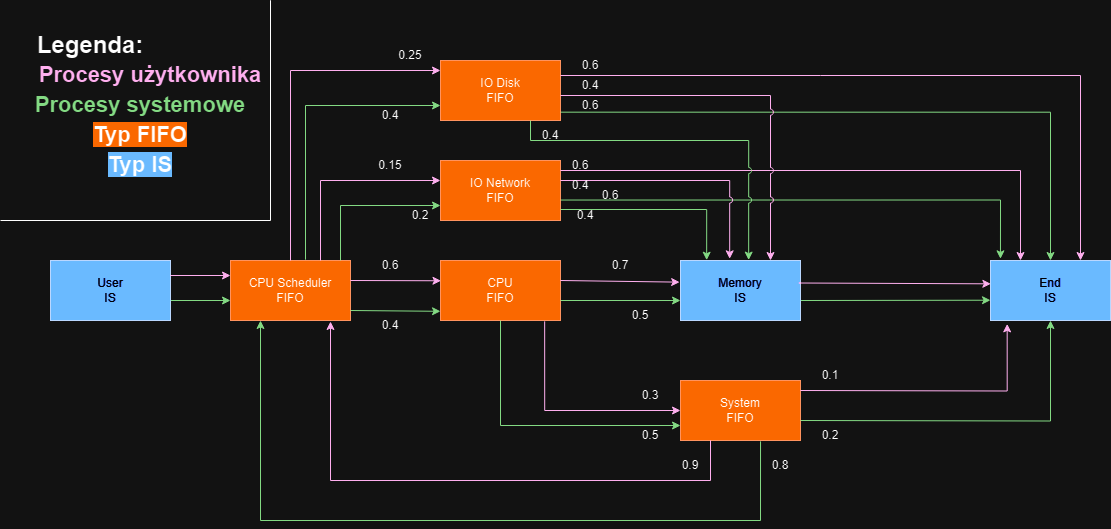
andrzejjnk/BCMP_Network keeps this draw.io diagram as BCMP_Network_Model.png. Above is the earlier version. Source tidied: cells renumbered, new cells last; positions are measured from the earlier drawing's top-left corner, leaving out a move shared by most shapes. Source of this version:
```xml
<mxGraphModel>
  <root>
    <mxCell id="0" />
    <mxCell id="1" parent="0" />
    <mxCell id="2" value="User&lt;div&gt;IS&lt;/div&gt;" style="rounded=0;whiteSpace=wrap;html=1;fillColor=#0050EF;fontColor=#ffffff;strokeColor=#001DBC;" parent="1" vertex="1">
      <mxGeometry x="50" y="260" width="120" height="60" as="geometry" />
    </mxCell>
    <mxCell id="3" value="CPU Scheduler&lt;div&gt;FIFO&lt;/div&gt;" style="rounded=0;whiteSpace=wrap;html=1;fillColor=#FA6800;fontColor=#000000;strokeColor=#C73500;" parent="1" vertex="1">
      <mxGeometry x="230" y="260" width="120" height="60" as="geometry" />
    </mxCell>
    <mxCell id="4" style="endArrow=classic;html=1;rounded=0;exitX=1;exitY=0.25;exitDx=0;exitDy=0;entryX=0;entryY=0.25;entryDx=0;entryDy=0;fillColor=#d80073;strokeColor=#A50040;" parent="1" edge="1" source="2" target="3">
      <mxGeometry relative="1" as="geometry" />
    </mxCell>
    <mxCell id="5" style="endArrow=classic;html=1;rounded=0;exitX=1;exitY=0.25;exitDx=0;exitDy=0;entryX=0;entryY=0.25;entryDx=0;entryDy=0;fillColor=#008a00;strokeColor=#005700;" parent="1" edge="1">
      <mxGeometry relative="1" as="geometry">
        <mxPoint x="170" y="300" as="sourcePoint" />
        <mxPoint x="230" y="300" as="targetPoint" />
      </mxGeometry>
    </mxCell>
    <mxCell id="6" value="IO Disk&lt;div&gt;FIFO&lt;/div&gt;" style="rounded=0;whiteSpace=wrap;html=1;fillColor=#fa6800;fontColor=#000000;strokeColor=#C73500;" parent="1" vertex="1">
      <mxGeometry x="440" y="60" width="120" height="60" as="geometry" />
    </mxCell>
    <mxCell id="7" value="IO Network&lt;div&gt;FIFO&lt;/div&gt;" style="rounded=0;whiteSpace=wrap;html=1;fillColor=#fa6800;fontColor=#000000;strokeColor=#C73500;" parent="1" vertex="1">
      <mxGeometry x="440" y="160" width="120" height="60" as="geometry" />
    </mxCell>
    <mxCell id="8" value="CPU&lt;div&gt;FIFO&lt;/div&gt;" style="rounded=0;whiteSpace=wrap;html=1;fillColor=#fa6800;fontColor=#000000;strokeColor=#C73500;" parent="1" vertex="1">
      <mxGeometry x="440" y="260" width="120" height="60" as="geometry" />
    </mxCell>
    <mxCell id="9" value="Memory&lt;div&gt;IS&lt;/div&gt;" style="rounded=0;whiteSpace=wrap;html=1;fillColor=#0050ef;fontColor=#ffffff;strokeColor=#001DBC;" parent="1" vertex="1">
      <mxGeometry x="680" y="260" width="120" height="60" as="geometry" />
    </mxCell>
    <mxCell id="10" value="System&lt;br&gt;&lt;div&gt;FIFO&lt;/div&gt;" style="rounded=0;whiteSpace=wrap;html=1;fillColor=#fa6800;fontColor=#000000;strokeColor=#C73500;" parent="1" vertex="1">
      <mxGeometry x="680" y="380" width="120" height="60" as="geometry" />
    </mxCell>
    <mxCell id="11" value="End&lt;div&gt;IS&lt;/div&gt;" style="rounded=0;whiteSpace=wrap;html=1;fillColor=#0050ef;fontColor=#ffffff;strokeColor=#001DBC;" parent="1" vertex="1">
      <mxGeometry x="990" y="260" width="120" height="60" as="geometry" />
    </mxCell>
    <mxCell id="12" style="endArrow=classic;html=1;rounded=0;exitX=1;exitY=0.25;exitDx=0;exitDy=0;entryX=0.004;entryY=0.338;entryDx=0;entryDy=0;fillColor=#d80073;strokeColor=#A50040;entryPerimeter=0;" parent="1" edge="1" target="8">
      <mxGeometry relative="1" as="geometry">
        <mxPoint x="350" y="280" as="sourcePoint" />
      </mxGeometry>
    </mxCell>
    <mxCell id="13" style="endArrow=classic;html=1;rounded=0;edgeStyle=orthogonalEdgeStyle;fillColor=#d80073;strokeColor=#A50040;" parent="1" edge="1">
      <mxGeometry relative="1" as="geometry">
        <mxPoint x="320" y="260" as="sourcePoint" />
        <mxPoint x="440" y="180" as="targetPoint" />
        <Array as="points">
          <mxPoint x="320" y="260" />
          <mxPoint x="320" y="180" />
          <mxPoint x="440" y="180" />
        </Array>
      </mxGeometry>
    </mxCell>
    <mxCell id="14" style="endArrow=classic;html=1;rounded=0;exitX=0.5;exitY=0;exitDx=0;exitDy=0;edgeStyle=orthogonalEdgeStyle;fillColor=#d80073;strokeColor=#A50040;" parent="1" edge="1" source="3">
      <mxGeometry relative="1" as="geometry">
        <mxPoint x="440" y="70" as="targetPoint" />
        <Array as="points">
          <mxPoint x="290" y="70" />
          <mxPoint x="440" y="70" />
        </Array>
      </mxGeometry>
    </mxCell>
    <mxCell id="15" value="0.25" style="text;html=1;align=center;verticalAlign=middle;whiteSpace=wrap;rounded=0;" parent="1" vertex="1">
      <mxGeometry x="380" y="40" width="60" height="30" as="geometry" />
    </mxCell>
    <mxCell id="16" value="0.15" style="text;html=1;align=center;verticalAlign=middle;whiteSpace=wrap;rounded=0;" parent="1" vertex="1">
      <mxGeometry x="360" y="150" width="60" height="30" as="geometry" />
    </mxCell>
    <mxCell id="17" value="0.6" style="text;html=1;align=center;verticalAlign=middle;whiteSpace=wrap;rounded=0;" parent="1" vertex="1">
      <mxGeometry x="360" y="250" width="60" height="30" as="geometry" />
    </mxCell>
    <mxCell id="18" style="endArrow=classic;html=1;rounded=0;exitX=1;exitY=0.25;exitDx=0;exitDy=0;entryX=0;entryY=0.847;entryDx=0;entryDy=0;fillColor=#008a00;strokeColor=#005700;entryPerimeter=0;" parent="1" edge="1" target="8">
      <mxGeometry relative="1" as="geometry">
        <mxPoint x="350" y="310" as="sourcePoint" />
      </mxGeometry>
    </mxCell>
    <mxCell id="19" style="endArrow=classic;html=1;rounded=0;entryX=0;entryY=0.75;entryDx=0;entryDy=0;fillColor=#008a00;strokeColor=#005700;edgeStyle=orthogonalEdgeStyle;" parent="1" edge="1" target="7">
      <mxGeometry relative="1" as="geometry">
        <mxPoint x="340" y="260" as="sourcePoint" />
        <Array as="points">
          <mxPoint x="340" y="260" />
          <mxPoint x="340" y="205" />
        </Array>
      </mxGeometry>
    </mxCell>
    <mxCell id="20" style="endArrow=classic;html=1;rounded=0;exitX=0.625;exitY=-0.014;exitDx=0;exitDy=0;entryX=0;entryY=0.75;entryDx=0;entryDy=0;fillColor=#008a00;strokeColor=#005700;edgeStyle=orthogonalEdgeStyle;exitPerimeter=0;" parent="1" edge="1" source="3" target="6">
      <mxGeometry relative="1" as="geometry" />
    </mxCell>
    <mxCell id="21" value="0.4" style="text;html=1;align=center;verticalAlign=middle;whiteSpace=wrap;rounded=0;" parent="1" vertex="1">
      <mxGeometry x="360" y="310" width="60" height="30" as="geometry" />
    </mxCell>
    <mxCell id="22" value="0.2" style="text;html=1;align=center;verticalAlign=middle;whiteSpace=wrap;rounded=0;" parent="1" vertex="1">
      <mxGeometry x="390" y="200" width="60" height="30" as="geometry" />
    </mxCell>
    <mxCell id="23" value="0.4" style="text;html=1;align=center;verticalAlign=middle;whiteSpace=wrap;rounded=0;" parent="1" vertex="1">
      <mxGeometry x="360" y="100" width="60" height="30" as="geometry" />
    </mxCell>
    <mxCell id="24" style="endArrow=classic;html=1;rounded=0;exitX=1;exitY=0.25;exitDx=0;exitDy=0;entryX=-0.007;entryY=0.361;entryDx=0;entryDy=0;fillColor=#d80073;strokeColor=#A50040;entryPerimeter=0;" parent="1" edge="1" target="9">
      <mxGeometry relative="1" as="geometry">
        <mxPoint x="560" y="280" as="sourcePoint" />
      </mxGeometry>
    </mxCell>
    <mxCell id="25" value="0.7" style="text;html=1;align=center;verticalAlign=middle;whiteSpace=wrap;rounded=0;" parent="1" vertex="1">
      <mxGeometry x="590" y="250" width="60" height="30" as="geometry" />
    </mxCell>
    <mxCell id="26" style="endArrow=classic;html=1;rounded=0;exitX=0.868;exitY=1.014;exitDx=0;exitDy=0;entryX=0;entryY=0.5;entryDx=0;entryDy=0;fillColor=#d80073;strokeColor=#A50040;edgeStyle=orthogonalEdgeStyle;exitPerimeter=0;" parent="1" edge="1" source="8" target="10">
      <mxGeometry relative="1" as="geometry" />
    </mxCell>
    <mxCell id="27" value="0.3" style="text;html=1;align=center;verticalAlign=middle;whiteSpace=wrap;rounded=0;" parent="1" vertex="1">
      <mxGeometry x="620" y="380" width="60" height="30" as="geometry" />
    </mxCell>
    <mxCell id="28" style="endArrow=classic;html=1;rounded=0;exitX=1;exitY=0.25;exitDx=0;exitDy=0;entryX=0;entryY=0.667;entryDx=0;entryDy=0;fillColor=#008a00;strokeColor=#005700;entryPerimeter=0;" parent="1" edge="1" target="9">
      <mxGeometry relative="1" as="geometry">
        <mxPoint x="560" y="300" as="sourcePoint" />
      </mxGeometry>
    </mxCell>
    <mxCell id="29" style="endArrow=classic;html=1;rounded=0;exitX=0.5;exitY=1;exitDx=0;exitDy=0;entryX=0;entryY=0.75;entryDx=0;entryDy=0;fillColor=#008a00;strokeColor=#005700;edgeStyle=orthogonalEdgeStyle;" parent="1" edge="1" source="8" target="10">
      <mxGeometry relative="1" as="geometry" />
    </mxCell>
    <mxCell id="30" value="0.5" style="text;html=1;align=center;verticalAlign=middle;whiteSpace=wrap;rounded=0;" parent="1" vertex="1">
      <mxGeometry x="610" y="300" width="60" height="30" as="geometry" />
    </mxCell>
    <mxCell id="31" value="0.5" style="text;html=1;align=center;verticalAlign=middle;whiteSpace=wrap;rounded=0;" parent="1" vertex="1">
      <mxGeometry x="620" y="420" width="60" height="30" as="geometry" />
    </mxCell>
    <mxCell id="32" style="endArrow=classic;html=1;rounded=0;exitX=1;exitY=0.25;exitDx=0;exitDy=0;edgeStyle=orthogonalEdgeStyle;fillColor=#d80073;strokeColor=#A50040;entryX=0.75;entryY=0;entryDx=0;entryDy=0;" parent="1" edge="1" source="6" target="11">
      <mxGeometry relative="1" as="geometry">
        <Array as="points">
          <mxPoint x="1080" y="75" />
        </Array>
      </mxGeometry>
    </mxCell>
    <mxCell id="33" style="endArrow=classic;html=1;rounded=0;exitX=1;exitY=0.861;exitDx=0;exitDy=0;entryX=0.5;entryY=0;entryDx=0;entryDy=0;fillColor=#008a00;strokeColor=#005700;edgeStyle=orthogonalEdgeStyle;exitPerimeter=0;" parent="1" edge="1" source="6" target="11">
      <mxGeometry relative="1" as="geometry" />
    </mxCell>
    <mxCell id="34" style="endArrow=classic;html=1;rounded=0;edgeStyle=orthogonalEdgeStyle;fillColor=#d80073;strokeColor=#A50040;entryX=0.25;entryY=0;entryDx=0;entryDy=0;" parent="1" edge="1" target="11">
      <mxGeometry relative="1" as="geometry">
        <mxPoint x="560" y="170" as="sourcePoint" />
        <Array as="points">
          <mxPoint x="560" y="170" />
          <mxPoint x="1020" y="170" />
        </Array>
      </mxGeometry>
    </mxCell>
    <mxCell id="35" style="endArrow=classic;html=1;rounded=0;exitX=1.001;exitY=0.659;exitDx=0;exitDy=0;entryX=0.083;entryY=-0.028;entryDx=0;entryDy=0;fillColor=#008a00;strokeColor=#005700;edgeStyle=orthogonalEdgeStyle;entryPerimeter=0;exitPerimeter=0;" parent="1" edge="1" source="7" target="11">
      <mxGeometry relative="1" as="geometry">
        <Array as="points">
          <mxPoint x="1000" y="199" />
        </Array>
      </mxGeometry>
    </mxCell>
    <mxCell id="36" style="endArrow=classic;html=1;rounded=0;exitX=0.986;exitY=0.375;exitDx=0;exitDy=0;fillColor=#d80073;strokeColor=#A50040;exitPerimeter=0;entryX=0.003;entryY=0.389;entryDx=0;entryDy=0;entryPerimeter=0;" parent="1" edge="1" source="9" target="11">
      <mxGeometry relative="1" as="geometry" />
    </mxCell>
    <mxCell id="37" style="endArrow=classic;html=1;rounded=0;exitX=1;exitY=0.25;exitDx=0;exitDy=0;entryX=0;entryY=0.662;entryDx=0;entryDy=0;fillColor=#008a00;strokeColor=#005700;entryPerimeter=0;" parent="1" edge="1" target="11">
      <mxGeometry relative="1" as="geometry">
        <mxPoint x="800" y="300" as="sourcePoint" />
      </mxGeometry>
    </mxCell>
    <mxCell id="38" style="endArrow=classic;html=1;rounded=0;exitX=0.868;exitY=1.014;exitDx=0;exitDy=0;entryX=0.139;entryY=1.056;entryDx=0;entryDy=0;fillColor=#d80073;strokeColor=#A50040;edgeStyle=orthogonalEdgeStyle;exitPerimeter=0;entryPerimeter=0;" parent="1" edge="1" target="11">
      <mxGeometry relative="1" as="geometry">
        <mxPoint x="800" y="390" as="sourcePoint" />
      </mxGeometry>
    </mxCell>
    <mxCell id="39" value="0.1" style="text;html=1;align=center;verticalAlign=middle;whiteSpace=wrap;rounded=0;" parent="1" vertex="1">
      <mxGeometry x="800" y="360" width="60" height="30" as="geometry" />
    </mxCell>
    <mxCell id="40" style="endArrow=classic;html=1;rounded=0;exitX=0.25;exitY=1;exitDx=0;exitDy=0;fillColor=#d80073;strokeColor=#A50040;edgeStyle=orthogonalEdgeStyle;" parent="1" edge="1" source="10">
      <mxGeometry relative="1" as="geometry">
        <mxPoint x="330" y="321" as="targetPoint" />
        <Array as="points">
          <mxPoint x="710" y="480" />
          <mxPoint x="330" y="480" />
          <mxPoint x="330" y="321" />
        </Array>
      </mxGeometry>
    </mxCell>
    <mxCell id="41" value="0.9" style="text;html=1;align=center;verticalAlign=middle;whiteSpace=wrap;rounded=0;" parent="1" vertex="1">
      <mxGeometry x="660" y="450" width="60" height="30" as="geometry" />
    </mxCell>
    <mxCell id="42" style="endArrow=classic;html=1;rounded=0;exitX=0.5;exitY=1;exitDx=0;exitDy=0;entryX=0.5;entryY=1;entryDx=0;entryDy=0;fillColor=#008a00;strokeColor=#005700;edgeStyle=orthogonalEdgeStyle;" parent="1" edge="1" target="11">
      <mxGeometry relative="1" as="geometry">
        <mxPoint x="800" y="420" as="sourcePoint" />
      </mxGeometry>
    </mxCell>
    <mxCell id="43" style="endArrow=classic;html=1;rounded=0;exitX=0.667;exitY=1.014;exitDx=0;exitDy=0;entryX=0.25;entryY=1;entryDx=0;entryDy=0;fillColor=#008a00;strokeColor=#005700;edgeStyle=orthogonalEdgeStyle;exitPerimeter=0;" parent="1" edge="1" source="10" target="3">
      <mxGeometry relative="1" as="geometry">
        <Array as="points">
          <mxPoint x="760" y="520" />
          <mxPoint x="260" y="520" />
        </Array>
      </mxGeometry>
    </mxCell>
    <mxCell id="44" value="0.2" style="text;html=1;align=center;verticalAlign=middle;whiteSpace=wrap;rounded=0;" parent="1" vertex="1">
      <mxGeometry x="800" y="420" width="60" height="30" as="geometry" />
    </mxCell>
    <mxCell id="45" value="0.8" style="text;html=1;align=center;verticalAlign=middle;whiteSpace=wrap;rounded=0;" parent="1" vertex="1">
      <mxGeometry x="750" y="450" width="60" height="30" as="geometry" />
    </mxCell>
    <mxCell id="46" style="endArrow=classic;html=1;rounded=0;exitX=1;exitY=0.25;exitDx=0;exitDy=0;edgeStyle=orthogonalEdgeStyle;fillColor=#d80073;strokeColor=#A50040;entryX=0.75;entryY=0;entryDx=0;entryDy=0;jumpStyle=arc;" parent="1" edge="1" target="9">
      <mxGeometry relative="1" as="geometry">
        <mxPoint x="560" y="95" as="sourcePoint" />
        <Array as="points">
          <mxPoint x="770" y="95" />
        </Array>
      </mxGeometry>
    </mxCell>
    <mxCell id="47" value="0.6" style="text;html=1;align=center;verticalAlign=middle;whiteSpace=wrap;rounded=0;" parent="1" vertex="1">
      <mxGeometry x="560" y="50" width="60" height="30" as="geometry" />
    </mxCell>
    <mxCell id="48" value="0.4" style="text;html=1;align=center;verticalAlign=middle;whiteSpace=wrap;rounded=0;" parent="1" vertex="1">
      <mxGeometry x="560" y="70" width="60" height="30" as="geometry" />
    </mxCell>
    <mxCell id="49" value="0.6" style="text;html=1;align=center;verticalAlign=middle;whiteSpace=wrap;rounded=0;" parent="1" vertex="1">
      <mxGeometry x="560" y="90" width="60" height="30" as="geometry" />
    </mxCell>
    <mxCell id="50" value="0.4" style="text;html=1;align=center;verticalAlign=middle;whiteSpace=wrap;rounded=0;" parent="1" vertex="1">
      <mxGeometry x="520" y="120" width="60" height="30" as="geometry" />
    </mxCell>
    <mxCell id="51" style="endArrow=classic;html=1;rounded=0;edgeStyle=orthogonalEdgeStyle;fillColor=#d80073;strokeColor=#A50040;entryX=0.41;entryY=-0.028;entryDx=0;entryDy=0;entryPerimeter=0;jumpStyle=arc;" parent="1" edge="1" target="9">
      <mxGeometry relative="1" as="geometry">
        <mxPoint x="560" y="180" as="sourcePoint" />
        <Array as="points">
          <mxPoint x="560" y="180" />
          <mxPoint x="730" y="180" />
          <mxPoint x="730" y="258" />
        </Array>
      </mxGeometry>
    </mxCell>
    <mxCell id="52" style="endArrow=classic;html=1;rounded=0;entryX=0.218;entryY=-0.005;entryDx=0;entryDy=0;fillColor=#008a00;strokeColor=#005700;edgeStyle=orthogonalEdgeStyle;entryPerimeter=0;" parent="1" edge="1" target="9">
      <mxGeometry relative="1" as="geometry">
        <mxPoint x="560" y="209" as="sourcePoint" />
        <Array as="points">
          <mxPoint x="706" y="209" />
        </Array>
      </mxGeometry>
    </mxCell>
    <mxCell id="53" style="endArrow=classic;html=1;rounded=0;exitX=0.75;exitY=1;exitDx=0;exitDy=0;entryX=0.568;entryY=-0.007;entryDx=0;entryDy=0;fillColor=#008a00;strokeColor=#005700;edgeStyle=orthogonalEdgeStyle;entryPerimeter=0;curved=0;jumpStyle=arc;" parent="1" edge="1" source="6" target="9">
      <mxGeometry relative="1" as="geometry">
        <Array as="points">
          <mxPoint x="530" y="140" />
          <mxPoint x="748" y="140" />
        </Array>
      </mxGeometry>
    </mxCell>
    <mxCell id="54" value="0.6" style="text;html=1;align=center;verticalAlign=middle;whiteSpace=wrap;rounded=0;" parent="1" vertex="1">
      <mxGeometry x="550" y="150" width="60" height="30" as="geometry" />
    </mxCell>
    <mxCell id="55" value="0.4" style="text;html=1;align=center;verticalAlign=middle;whiteSpace=wrap;rounded=0;" parent="1" vertex="1">
      <mxGeometry x="550" y="170" width="60" height="30" as="geometry" />
    </mxCell>
    <mxCell id="56" value="0.6" style="text;html=1;align=center;verticalAlign=middle;whiteSpace=wrap;rounded=0;" parent="1" vertex="1">
      <mxGeometry x="580" y="180" width="60" height="30" as="geometry" />
    </mxCell>
    <mxCell id="57" value="0.4" style="text;html=1;align=center;verticalAlign=middle;whiteSpace=wrap;rounded=0;" parent="1" vertex="1">
      <mxGeometry x="555" y="200" width="60" height="30" as="geometry" />
    </mxCell>
    <mxCell id="58" value="&lt;font size=&quot;1&quot; color=&quot;#a50040&quot;&gt;&lt;b style=&quot;font-size: 22px;&quot;&gt;Procesy użytkownika&lt;/b&gt;&lt;/font&gt;" style="text;html=1;align=center;verticalAlign=middle;whiteSpace=wrap;rounded=0;" parent="1" vertex="1">
      <mxGeometry x="30" y="60" width="240" height="30" as="geometry" />
    </mxCell>
    <mxCell id="59" value="&lt;font size=&quot;1&quot; style=&quot;&quot; color=&quot;#005700&quot;&gt;&lt;b style=&quot;font-size: 22px;&quot;&gt;Procesy systemowe&lt;/b&gt;&lt;/font&gt;" style="text;html=1;align=center;verticalAlign=middle;whiteSpace=wrap;rounded=0;" parent="1" vertex="1">
      <mxGeometry x="20" y="90" width="240" height="30" as="geometry" />
    </mxCell>
    <mxCell id="60" value="&lt;font style=&quot;font-size: 24px;&quot;&gt;&lt;b&gt;Legenda:&lt;/b&gt;&lt;/font&gt;" style="text;html=1;align=center;verticalAlign=middle;whiteSpace=wrap;rounded=0;" parent="1" vertex="1">
      <mxGeometry x="60" y="30" width="60" height="30" as="geometry" />
    </mxCell>
    <mxCell id="61" value="&lt;span style=&quot;font-size: 22px; background-color: rgb(0, 80, 239);&quot;&gt;&lt;b style=&quot;&quot;&gt;Typ IS&lt;/b&gt;&lt;/span&gt;" style="text;html=1;align=center;verticalAlign=middle;whiteSpace=wrap;rounded=0;" parent="1" vertex="1">
      <mxGeometry x="20" y="150" width="240" height="30" as="geometry" />
    </mxCell>
    <mxCell id="62" value="&lt;span style=&quot;font-size: 22px; background-color: rgb(250, 104, 0);&quot;&gt;&lt;b style=&quot;&quot;&gt;Typ FIFO&lt;/b&gt;&lt;/span&gt;" style="text;html=1;align=center;verticalAlign=middle;whiteSpace=wrap;rounded=0;" parent="1" vertex="1">
      <mxGeometry x="20" y="120" width="240" height="30" as="geometry" />
    </mxCell>
    <mxCell id="63" style="endArrow=none;html=1;rounded=0;" parent="1" edge="1">
      <mxGeometry relative="1" as="geometry">
        <mxPoint y="220" as="sourcePoint" />
        <mxPoint x="270" y="220" as="targetPoint" />
      </mxGeometry>
    </mxCell>
    <mxCell id="64" style="endArrow=none;html=1;rounded=0;" parent="1" edge="1">
      <mxGeometry relative="1" as="geometry">
        <mxPoint x="270" as="sourcePoint" />
        <mxPoint x="270" y="210" as="targetPoint" />
      </mxGeometry>
    </mxCell>
    <mxCell id="65" style="endArrow=none;html=1;rounded=0;" parent="1" edge="1">
      <mxGeometry relative="1" as="geometry">
        <mxPoint x="270" as="sourcePoint" />
        <mxPoint x="270" y="220" as="targetPoint" />
      </mxGeometry>
    </mxCell>
  </root>
</mxGraphModel>
```
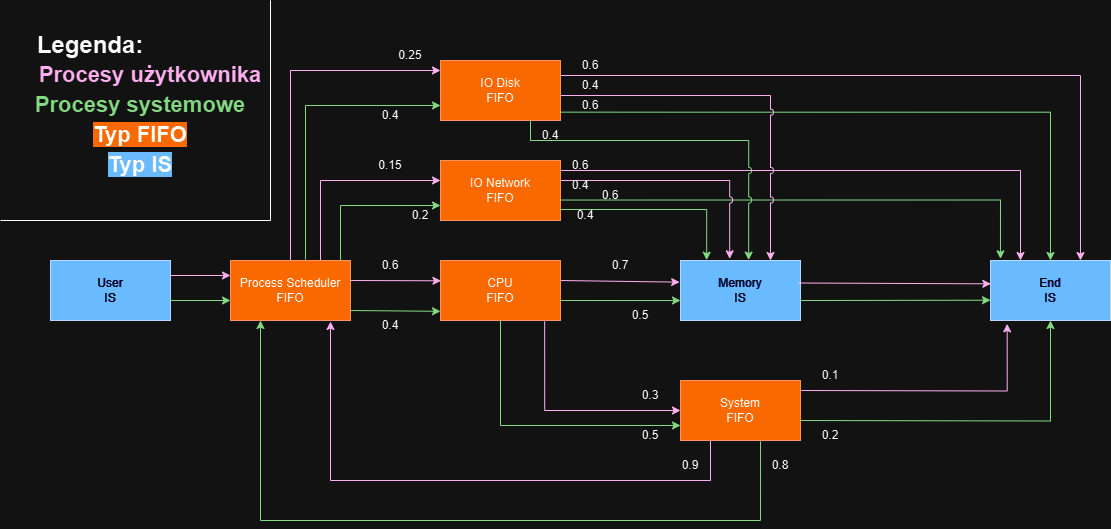
Later version of the same file.

Commit message:
BCMP network model update (node name mismatch fixed)

The edit, as a diff of the source:
```diff
@@ -5,7 +5,7 @@
     <mxCell id="2" value="User&lt;div&gt;IS&lt;/div&gt;" style="rounded=0;whiteSpace=wrap;html=1;fillColor=#0050EF;fontColor=#ffffff;strokeColor=#001DBC;" parent="1" vertex="1">
       <mxGeometry x="50" y="260" width="120" height="60" as="geometry" />
     </mxCell>
-    <mxCell id="3" value="CPU Scheduler&lt;div&gt;FIFO&lt;/div&gt;" style="rounded=0;whiteSpace=wrap;html=1;fillColor=#FA6800;fontColor=#000000;strokeColor=#C73500;" parent="1" vertex="1">
+    <mxCell id="3" value="Process Scheduler&lt;div&gt;FIFO&lt;/div&gt;" style="rounded=0;whiteSpace=wrap;html=1;fillColor=#FA6800;fontColor=#000000;strokeColor=#C73500;" parent="1" vertex="1">
       <mxGeometry x="230" y="260" width="120" height="60" as="geometry" />
     </mxCell>
     <mxCell id="4" style="endArrow=classic;html=1;rounded=0;exitX=1;exitY=0.25;exitDx=0;exitDy=0;entryX=0;entryY=0.25;entryDx=0;entryDy=0;fillColor=#d80073;strokeColor=#A50040;" parent="1" edge="1" source="2" target="3">
```
